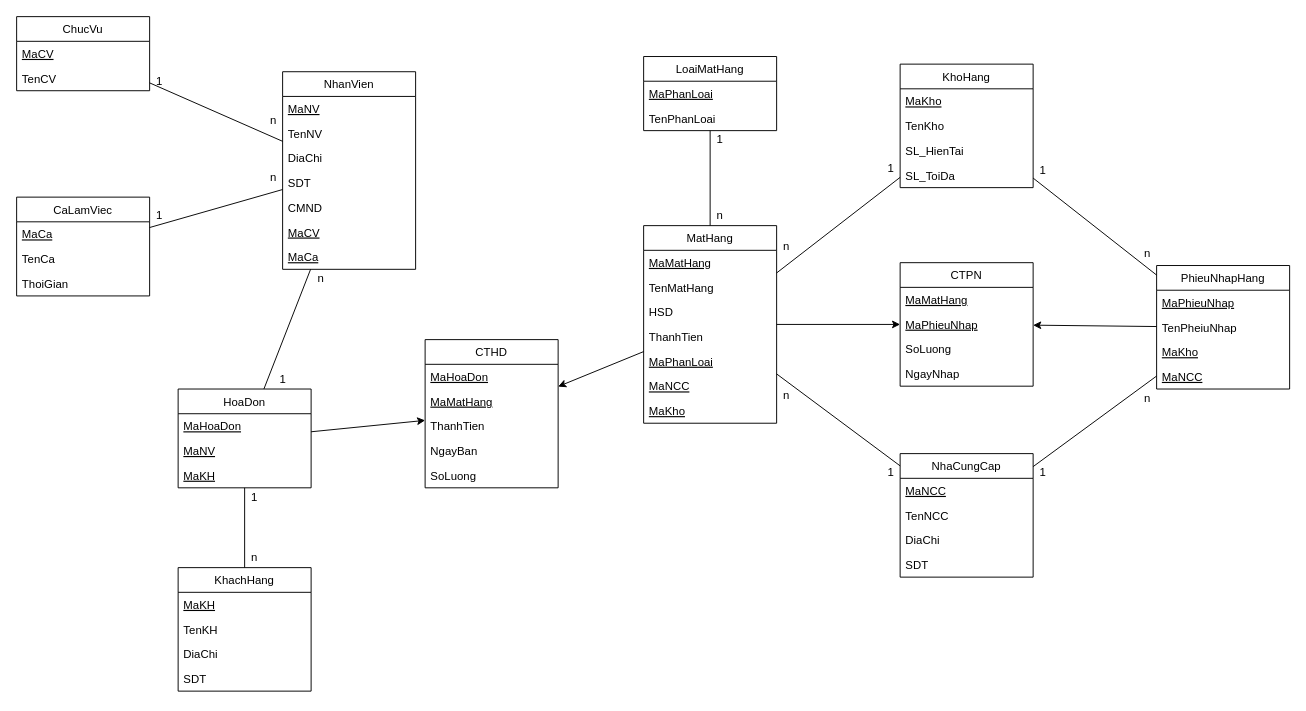
EdgarIgnite16/Mini-Store-Manager keeps this draw.io diagram as docs/ERD_Table.drawio. Above is the earlier version. Source tidied: cells renumbered, new cells numbered last; positions are measured from the earlier drawing's top-left corner, leaving out a move shared by most shapes. Both pictures are drawn from the tidied source at 95%, with x=0, y=0 at pixel (16, 16).
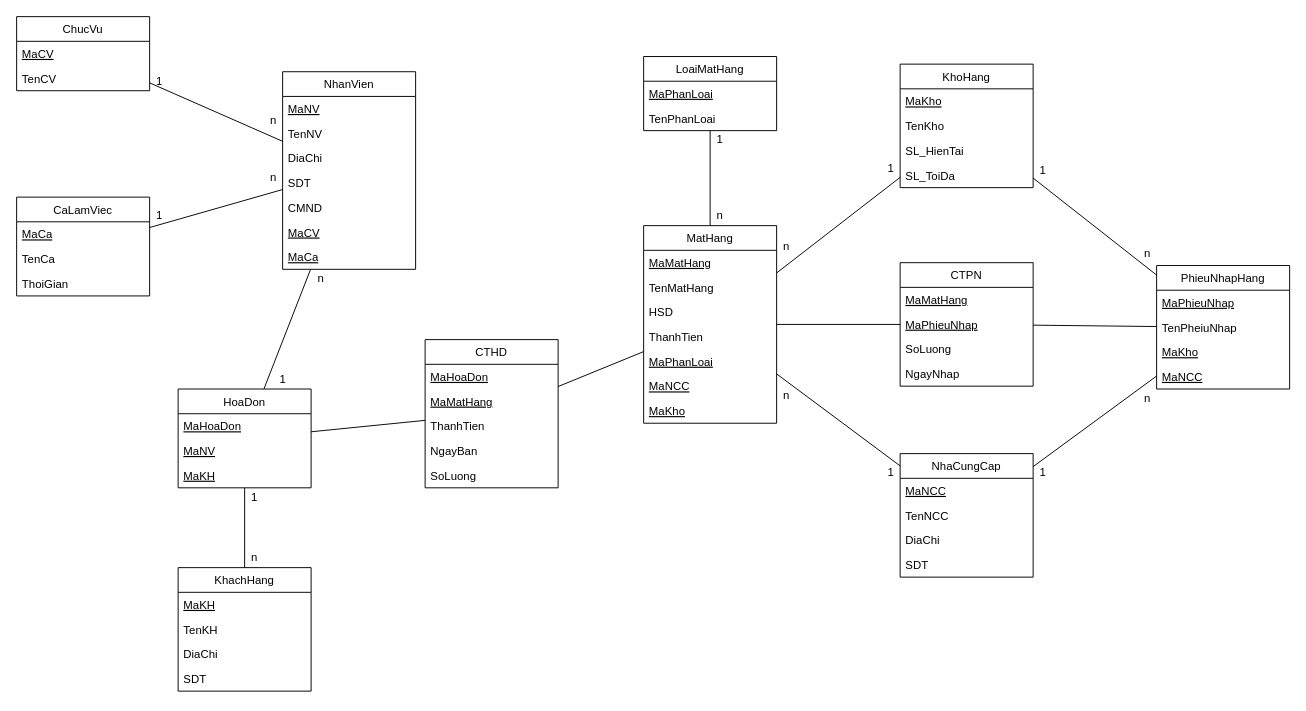
After the change.

The change refers to these unchanged cells:
```xml
<mxCell id="42" value="PhieuNhapHang" style="swimlane;fontStyle=0;horizontal=1;startSize=26;fillColor=none;" parent="1" vertex="1">
  <mxGeometry x="1200" y="262" width="140" height="130" as="geometry" />
</mxCell>
<mxCell id="50" value="MatHang" style="swimlane;fontStyle=0;horizontal=1;startSize=26;fillColor=none;" parent="1" vertex="1">
  <mxGeometry x="660" y="220" width="140" height="208" as="geometry" />
</mxCell>
<mxCell id="63" value="CTPN" style="swimlane;fontStyle=0;horizontal=1;startSize=26;fillColor=none;" parent="1" vertex="1">
  <mxGeometry x="930" y="259" width="140" height="130" as="geometry" />
</mxCell>
<mxCell id="71" value="HoaDon" style="swimlane;fontStyle=0;horizontal=1;startSize=26;fillColor=none;" parent="1" vertex="1">
  <mxGeometry x="170" y="392" width="140" height="104" as="geometry" />
</mxCell>
<mxCell id="76" value="CTHD" style="swimlane;fontStyle=0;horizontal=1;startSize=26;fillColor=none;" parent="1" vertex="1">
  <mxGeometry x="430" y="340" width="140" height="156" as="geometry" />
</mxCell>
```

The edit, as a diff of the source:
```diff
@@
+    <mxCell id="96" style="edgeStyle=none;rounded=0;jettySize=auto;html=1;endArrow=none;endFill=0;" parent="1" edge="1" source="42" target="63">
+      <mxGeometry relative="1" as="geometry" />
+    </mxCell>
@@
-    <mxCell id="49" style="edgeStyle=none;rounded=0;jettySize=auto;html=1;endArrow=classic;endFill=1;" parent="1" edge="1" source="50" target="63">
-      <mxGeometry relative="1" as="geometry" />
-    </mxCell>
+    <mxCell id="97" style="edgeStyle=none;rounded=0;jettySize=auto;html=1;endArrow=none;endFill=0;" parent="1" edge="1" source="50" target="76">
+      <mxGeometry relative="1" as="geometry" />
+    </mxCell>
@@
-    <mxCell id="62" style="edgeStyle=none;rounded=0;jettySize=auto;html=1;endArrow=none;endFill=0;startArrow=classic;startFill=1;" parent="1" edge="1" source="63" target="42">
-      <mxGeometry relative="1" as="geometry" />
-    </mxCell>
+    <mxCell id="98" style="edgeStyle=none;rounded=0;jettySize=auto;html=1;endArrow=none;endFill=0;" parent="1" edge="1" source="63" target="50">
+      <mxGeometry relative="1" as="geometry" />
+    </mxCell>
@@
-    <mxCell id="70" style="edgeStyle=none;rounded=0;jettySize=auto;html=1;endArrow=classic;endFill=1;" parent="1" edge="1" source="71" target="76">
+    <mxCell id="70" style="rounded=0;jettySize=auto;html=1;endArrow=none;endFill=0;" parent="1" edge="1" source="71" target="76">
       <mxGeometry relative="1" as="geometry" />
     </mxCell>
@@
-    <mxCell id="75" style="edgeStyle=none;rounded=0;jettySize=auto;html=1;endArrow=none;endFill=0;startArrow=classic;startFill=1;" parent="1" edge="1" source="76" target="50">
-      <mxGeometry relative="1" as="geometry" />
-    </mxCell>
```
